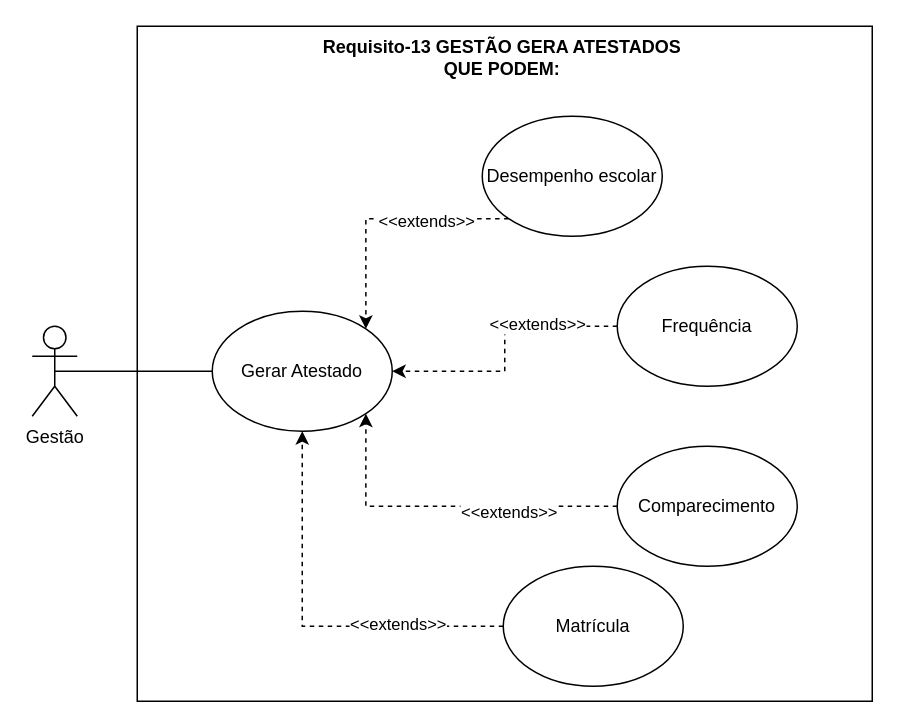
This is Requisito-13.drawio from LizReis/An-lise-de-Sistemas, a draw.io file, before an edit. Source tidied: cells renumbered, new cells numbered last; positions are measured from the earlier drawing's top-left corner, leaving out a move shared by most shapes. Both pictures are drawn from the tidied source at 150%, with x=0, y=0 at pixel (32, 26).
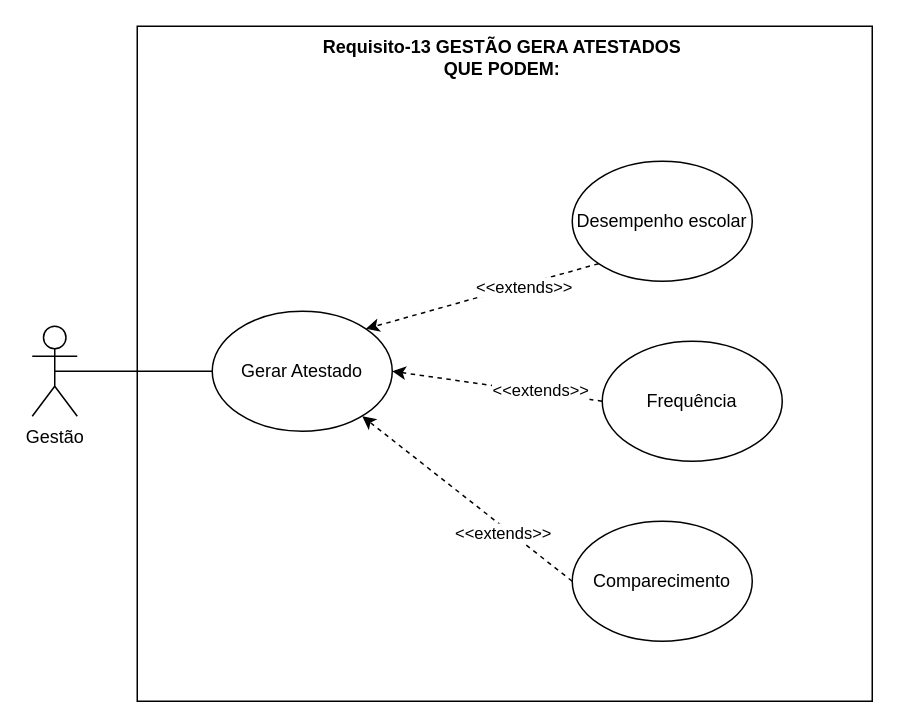
After the change.

What changed in the source:
```diff
@@
 <mxGraphModel>
   <root>
     <mxCell id="0" />
     <mxCell id="1" parent="0" />
     <mxCell id="2" style="rounded=0;whiteSpace=wrap;html=1;" parent="1" vertex="1">
       <mxGeometry x="70" width="490" height="450" as="geometry" />
     </mxCell>
     <mxCell id="3" style="edgeStyle=orthogonalEdgeStyle;rounded=0;jettySize=auto;html=1;exitX=0.5;exitY=0.5;exitDx=0;exitDy=0;exitPerimeter=0;entryX=0;entryY=0.5;entryDx=0;entryDy=0;endArrow=none;startFill=0;" parent="1" edge="1" source="4" target="6">
       <mxGeometry relative="1" as="geometry" />
     </mxCell>
     <mxCell id="4" value="Gestão" style="shape=umlActor;verticalLabelPosition=bottom;verticalAlign=top;html=1;outlineConnect=0;" parent="1" vertex="1">
       <mxGeometry y="200" width="30" height="60" as="geometry" />
     </mxCell>
     <mxCell id="5" value="Requisito-13 GESTÃO GERA ATESTADOS QUE PODEM:" style="text;html=1;align=center;verticalAlign=middle;whiteSpace=wrap;rounded=0;fontStyle=1;" parent="1" vertex="1">
       <mxGeometry x="186" y="6" width="255" height="30" as="geometry" />
     </mxCell>
     <mxCell id="6" value="Gerar Atestado" style="ellipse;whiteSpace=wrap;html=1;" parent="1" vertex="1">
       <mxGeometry x="120" y="190" width="120" height="80" as="geometry" />
     </mxCell>
-    <mxCell id="7" style="edgeStyle=orthogonalEdgeStyle;rounded=0;jettySize=auto;html=1;exitX=0;exitY=1;exitDx=0;exitDy=0;entryX=1;entryY=0;entryDx=0;entryDy=0;dashed=1;" parent="1" edge="1" source="9" target="6">
+    <mxCell id="7" style="rounded=0;jettySize=auto;html=1;exitX=0;exitY=1;exitDx=0;exitDy=0;entryX=1;entryY=0;entryDx=0;entryDy=0;dashed=1;" parent="1" edge="1" source="9" target="6">
       <mxGeometry relative="1" as="geometry" />
     </mxCell>
     <mxCell id="8" value="&amp;lt;&amp;lt;extends&amp;gt;&amp;gt;" style="edgeLabel;html=1;align=center;verticalAlign=middle;" parent="7" vertex="1">
       <mxGeometry x="-0.35" y="1" relative="1" as="geometry" />
     </mxCell>
     <mxCell id="9" value="Desempenho escolar" style="ellipse;whiteSpace=wrap;html=1;" parent="1" vertex="1">
-      <mxGeometry x="300" y="60" width="120" height="80" as="geometry" />
+      <mxGeometry x="360" y="90" width="120" height="80" as="geometry" />
     </mxCell>
-    <mxCell id="10" style="edgeStyle=orthogonalEdgeStyle;rounded=0;jettySize=auto;html=1;exitX=0;exitY=0.5;exitDx=0;exitDy=0;entryX=1;entryY=0.5;entryDx=0;entryDy=0;dashed=1;" parent="1" edge="1" source="12" target="6">
+    <mxCell id="10" style="rounded=0;jettySize=auto;html=1;exitX=0;exitY=0.5;exitDx=0;exitDy=0;entryX=1;entryY=0.5;entryDx=0;entryDy=0;dashed=1;" parent="1" edge="1" source="12" target="6">
       <mxGeometry relative="1" as="geometry" />
     </mxCell>
     <mxCell id="11" value="&amp;lt;&amp;lt;extends&amp;gt;&amp;gt;" style="edgeLabel;html=1;align=center;verticalAlign=middle;" parent="10" vertex="1">
       <mxGeometry x="-0.4" y="-2" relative="1" as="geometry" />
     </mxCell>
     <mxCell id="12" value="Frequência" style="ellipse;whiteSpace=wrap;html=1;" parent="1" vertex="1">
-      <mxGeometry x="390" y="160" width="120" height="80" as="geometry" />
+      <mxGeometry x="380" y="210" width="120" height="80" as="geometry" />
     </mxCell>
-    <mxCell id="13" style="edgeStyle=orthogonalEdgeStyle;rounded=0;jettySize=auto;html=1;exitX=0;exitY=0.5;exitDx=0;exitDy=0;entryX=1;entryY=1;entryDx=0;entryDy=0;dashed=1;" parent="1" edge="1" source="15" target="6">
-      <mxGeometry relative="1" as="geometry" />
+    <mxCell id="13" style="rounded=0;jettySize=auto;html=1;exitX=0;exitY=0.5;exitDx=0;exitDy=0;dashed=1;" parent="1" edge="1" source="15">
+      <mxGeometry relative="1" as="geometry">
+        <mxPoint x="220" y="260" as="targetPoint" />
+      </mxGeometry>
     </mxCell>
     <mxCell id="14" value="&amp;lt;&amp;lt;extends&amp;gt;&amp;gt;" style="edgeLabel;html=1;align=center;verticalAlign=middle;" parent="13" vertex="1">
       <mxGeometry x="-0.36" y="3" relative="1" as="geometry" />
     </mxCell>
     <mxCell id="15" value="Comparecimento" style="ellipse;whiteSpace=wrap;html=1;" parent="1" vertex="1">
-      <mxGeometry x="390" y="280" width="120" height="80" as="geometry" />
+      <mxGeometry x="360" y="330" width="120" height="80" as="geometry" />
     </mxCell>
-    <mxCell id="16" style="edgeStyle=orthogonalEdgeStyle;rounded=0;jettySize=auto;html=1;exitX=0;exitY=0.5;exitDx=0;exitDy=0;entryX=0.5;entryY=1;entryDx=0;entryDy=0;dashed=1;" parent="1" edge="1" source="18" target="6">
-      <mxGeometry relative="1" as="geometry" />
-    </mxCell>
-    <mxCell id="17" value="&amp;lt;&amp;lt;extends&amp;gt;&amp;gt;" style="edgeLabel;html=1;align=center;verticalAlign=middle;" parent="16" vertex="1">
-      <mxGeometry x="-0.46" y="-2" relative="1" as="geometry" />
-    </mxCell>
-    <mxCell id="18" value="Matrícula" style="ellipse;whiteSpace=wrap;html=1;" parent="1" vertex="1">
-      <mxGeometry x="314" y="360" width="120" height="80" as="geometry" />
-    </mxCell>
   </root>
 </mxGraphModel>
```
